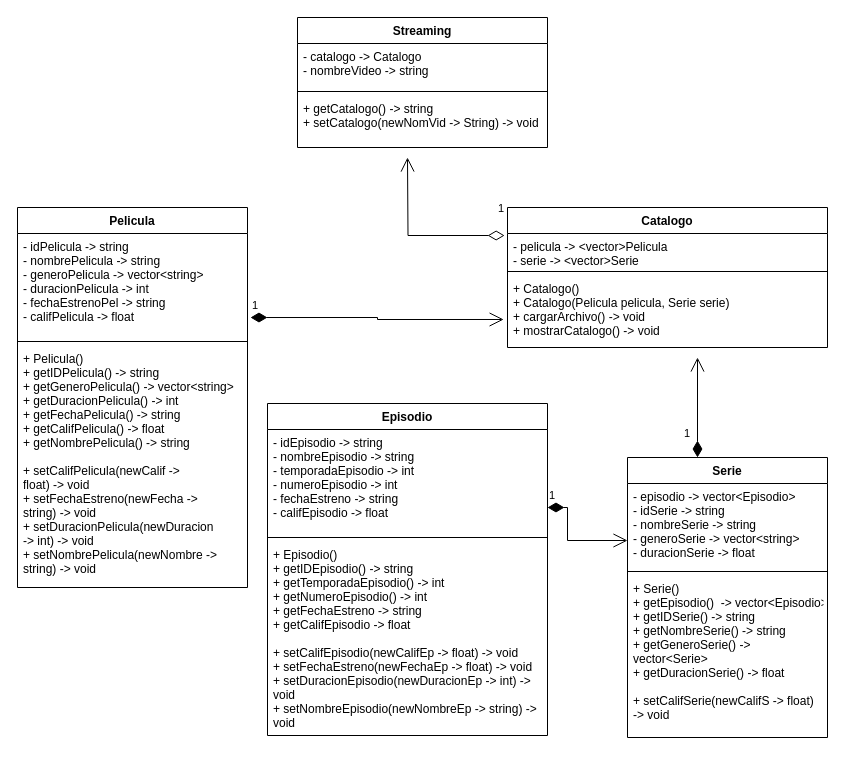
Above: DiagramaComposicionyAgregacion.drawio in FJ22-TC1030/proyectointegrador-a01754574 (draw.io), before the change. Source tidied: cells renumbered, new cells numbered last; positions are measured from the earlier drawing's top-left corner, leaving out a move shared by most shapes. Both pictures are drawn from the tidied source at 100%, with x=0, y=0 at pixel (17, 17).
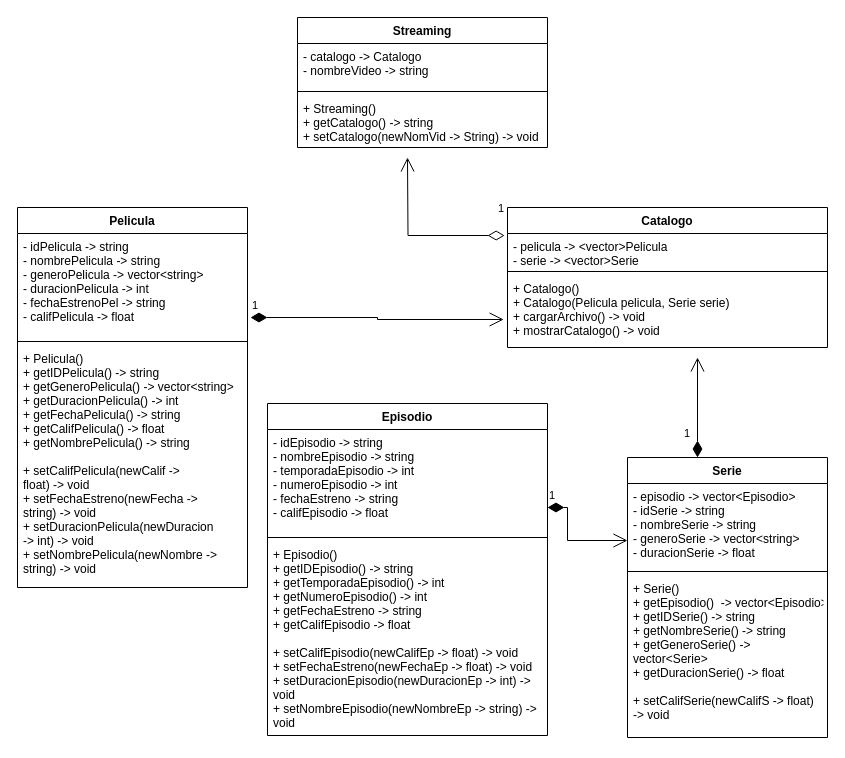
Above is the later version.

Unchanged cells that the change refers to:
```xml
<mxCell id="2" value="Streaming" style="swimlane;fontStyle=1;align=center;verticalAlign=top;horizontal=1;startSize=26;" parent="1" vertex="1">
  <mxGeometry x="280" width="250" height="130" as="geometry" />
</mxCell>
```

Diff of the diagram source:
```diff
@@
-    <mxCell id="5" value="+ getCatalogo() -&gt; string&#10;+ setCatalogo(newNomVid -&gt; String) -&gt; void&#10;" style="text;strokeColor=none;fillColor=none;align=left;verticalAlign=top;spacingLeft=4;spacingRight=4;overflow=hidden;" parent="2" vertex="1">
+    <mxCell id="5" value="+ Streaming()&#10;+ getCatalogo() -&gt; string&#10;+ setCatalogo(newNomVid -&gt; String) -&gt; void&#10;" style="text;strokeColor=none;fillColor=none;align=left;verticalAlign=top;spacingLeft=4;spacingRight=4;overflow=hidden;" parent="2" vertex="1">
       <mxGeometry y="78" width="250" height="52" as="geometry" />
     </mxCell>
```
